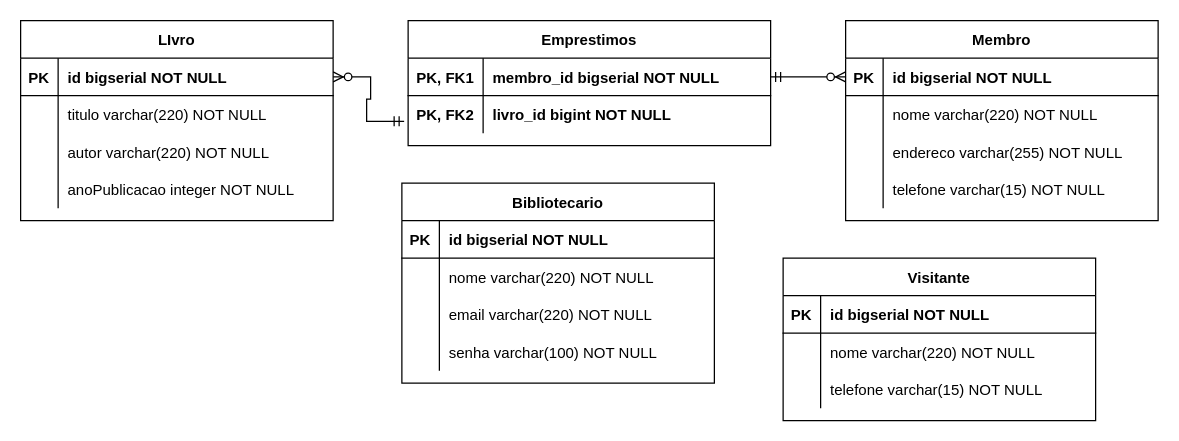
Above: modelagemDb.drawio in marcosvnDias/senaiM1s09 (draw.io), before the change. Source tidied: cells renumbered, new cells numbered last; positions are measured from the earlier drawing's top-left corner, leaving out a move shared by most shapes. Both pictures are drawn from the tidied source at 125%, with x=0, y=0 at pixel (20, 20).
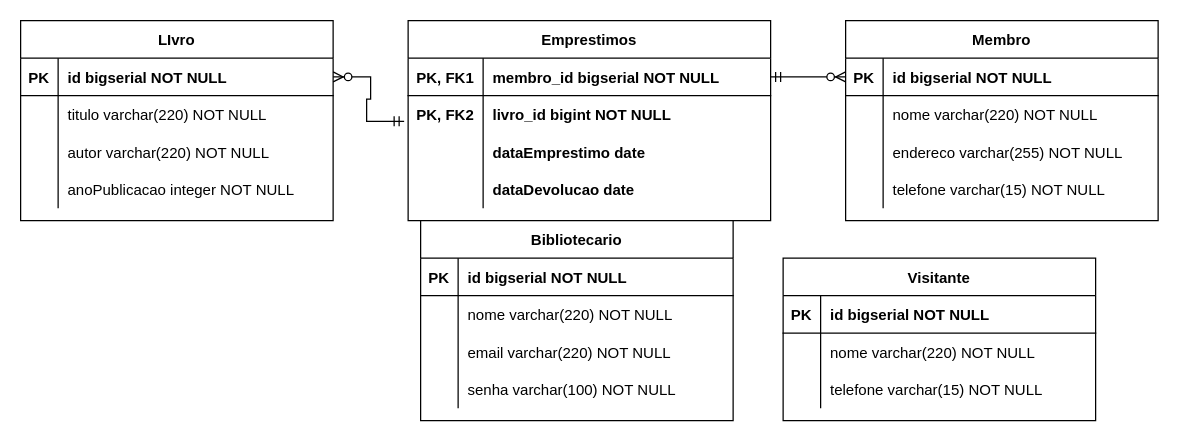
Above is the later version.

Change to the diagram source:
```diff
@@
     <mxCell id="2" value="Emprestimos" style="shape=table;startSize=30;childLayout=tableLayout;rowLines=0;fontStyle=1;align=center;" parent="1" vertex="1">
-      <mxGeometry x="310" width="290" height="100" as="geometry" />
+      <mxGeometry x="310" width="290" height="160" as="geometry" />
     </mxCell>
@@
+    <mxCell id="60" style="shape=partialRectangle;fillColor=none;top=0;left=0;right=0;bottom=0;" parent="2" vertex="1">
+      <mxGeometry y="90" width="290" height="30" as="geometry" />
+    </mxCell>
+    <mxCell id="61" style="shape=partialRectangle;overflow=hidden;fillColor=none;top=0;left=0;bottom=0;right=0;fontStyle=1;" parent="60" vertex="1">
+      <mxGeometry width="60" height="30" as="geometry" />
+    </mxCell>
+    <mxCell id="62" value="dataEmprestimo date" style="shape=partialRectangle;overflow=hidden;fillColor=none;top=0;left=0;bottom=0;right=0;align=left;spacingLeft=6;fontStyle=1;" parent="60" vertex="1">
+      <mxGeometry x="60" width="230" height="30" as="geometry" />
+    </mxCell>
+    <mxCell id="63" style="shape=partialRectangle;fillColor=none;top=0;left=0;right=0;bottom=0;" parent="2" vertex="1">
+      <mxGeometry y="120" width="290" height="30" as="geometry" />
+    </mxCell>
+    <mxCell id="64" style="shape=partialRectangle;overflow=hidden;fillColor=none;top=0;left=0;bottom=0;right=0;fontStyle=1;" parent="63" vertex="1">
+      <mxGeometry width="60" height="30" as="geometry" />
+    </mxCell>
+    <mxCell id="65" value="dataDevolucao date" style="shape=partialRectangle;overflow=hidden;fillColor=none;top=0;left=0;bottom=0;right=0;align=left;spacingLeft=6;fontStyle=1;" parent="63" vertex="1">
+      <mxGeometry x="60" width="230" height="30" as="geometry" />
+    </mxCell>
@@
     <mxCell id="35" value="Bibliotecario" style="shape=table;startSize=30;childLayout=tableLayout;rowLines=0;fontStyle=1;align=center;" parent="1" vertex="1">
-      <mxGeometry x="305" y="130" width="250" height="160" as="geometry" />
+      <mxGeometry x="320" y="160" width="250" height="160" as="geometry" />
     </mxCell>
```
